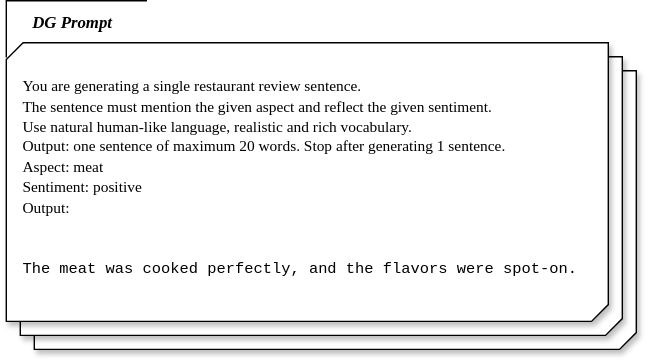
Earlier version of the draw.io export dg_prompt.drawio.svg (sara-kaczmarek/LLMB4ABSC). Source tidied: cells renumbered, new cells last; positions are measured from the earlier drawing's top-left corner, leaving out a move shared by most shapes. Source of this version:
```xml
<mxGraphModel>
  <root>
    <mxCell id="0" />
    <mxCell id="1" parent="0" />
    <mxCell id="2" style="group;" parent="1" vertex="1">
      <mxGeometry width="470" height="249" as="geometry" />
    </mxCell>
    <mxCell id="3" style="verticalLabelPosition=bottom;verticalAlign=top;html=1;shape=mxgraph.basic.diag_snip_rect;dx=6;whiteSpace=wrap;shadow=1;" parent="2" vertex="1">
      <mxGeometry x="20" y="50" width="430" height="199" as="geometry" />
    </mxCell>
    <mxCell id="4" style="verticalLabelPosition=bottom;verticalAlign=top;html=1;shape=mxgraph.basic.diag_snip_rect;dx=6;whiteSpace=wrap;shadow=1;" parent="2" vertex="1">
      <mxGeometry x="10" y="40" width="430" height="199" as="geometry" />
    </mxCell>
    <mxCell id="5" style="verticalLabelPosition=bottom;verticalAlign=top;html=1;shape=mxgraph.basic.diag_snip_rect;dx=6;whiteSpace=wrap;shadow=1;" parent="2" vertex="1">
      <mxGeometry y="30" width="430" height="199" as="geometry" />
    </mxCell>
    <mxCell id="6" style="shape=partialRectangle;whiteSpace=wrap;html=1;bottom=0;right=0;fillColor=none;" parent="2" vertex="1">
      <mxGeometry width="100" height="40" as="geometry" />
    </mxCell>
    <mxCell id="7" value="&lt;p style=&quot;&quot;&gt;&lt;br&gt;&lt;/p&gt;&lt;div style=&quot;&quot;&gt;&lt;span style=&quot;background-color: transparent;&quot;&gt;&lt;font face=&quot;Times New Roman&quot; style=&quot;font-size: 11px; color: light-dark(rgb(0, 0, 0), rgb(255, 255, 255));&quot;&gt;You are generating a single restaurant review sentence.&lt;/font&gt;&lt;/span&gt;&lt;/div&gt;&lt;div style=&quot;&quot;&gt;&lt;span style=&quot;background-color: transparent;&quot;&gt;&lt;font face=&quot;Times New Roman&quot; style=&quot;font-size: 11px; color: light-dark(rgb(0, 0, 0), rgb(255, 255, 255));&quot;&gt;The sentence must mention the given aspect and reflect the given sentiment.&amp;nbsp;&lt;/font&gt;&lt;/span&gt;&lt;/div&gt;&lt;div style=&quot;&quot;&gt;&lt;font face=&quot;Times New Roman&quot;&gt;&lt;span style=&quot;font-size: 11px;&quot;&gt;Use natural human-like language, realistic and rich vocabulary.&lt;/span&gt;&lt;/font&gt;&lt;/div&gt;&lt;div style=&quot;&quot;&gt;&lt;font face=&quot;Times New Roman&quot;&gt;&lt;span style=&quot;font-size: 11px;&quot;&gt;Output: one sentence of maximum 20 words. Stop after generating 1 sentence.&amp;nbsp;&lt;/span&gt;&lt;/font&gt;&lt;/div&gt;&lt;div style=&quot;&quot;&gt;&lt;font face=&quot;Times New Roman&quot;&gt;&lt;span style=&quot;font-size: 11px;&quot;&gt;Aspect: meat&lt;/span&gt;&lt;/font&gt;&lt;/div&gt;&lt;div style=&quot;&quot;&gt;&lt;font face=&quot;Times New Roman&quot;&gt;&lt;span style=&quot;font-size: 11px;&quot;&gt;Sentiment: positive&lt;/span&gt;&lt;/font&gt;&lt;/div&gt;&lt;div style=&quot;&quot;&gt;&lt;font face=&quot;Times New Roman&quot;&gt;&lt;span style=&quot;font-size: 11px;&quot;&gt;Output:&lt;/span&gt;&lt;/font&gt;&lt;/div&gt;&lt;div style=&quot;&quot;&gt;&lt;span style=&quot;background-color: transparent;&quot;&gt;&lt;font face=&quot;Times New Roman&quot; style=&quot;font-size: 11px; color: light-dark(rgb(0, 0, 0), rgb(255, 255, 255));&quot;&gt;&lt;br&gt;&lt;/font&gt;&lt;/span&gt;&lt;/div&gt;&lt;div style=&quot;&quot;&gt;&lt;br&gt;&lt;/div&gt;&lt;div&gt;&lt;font style=&quot;color: light-dark(rgb(0, 0, 0), rgb(255, 255, 255)); font-size: 11px;&quot; face=&quot;Courier New&quot;&gt;The meat was cooked perfectly, and the flavors were&amp;nbsp;&lt;/font&gt;&lt;span style=&quot;color: light-dark(rgb(0, 0, 0), rgb(255, 255, 255)); font-size: 11px; font-family: &amp;quot;Courier New&amp;quot;; background-color: transparent;&quot;&gt;spot-on.&lt;/span&gt;&lt;/div&gt;&lt;div&gt;&lt;div&gt;&lt;br&gt;&lt;/div&gt;&lt;/div&gt;" style="text;html=1;align=left;verticalAlign=middle;strokeColor=none;fillColor=none;shadow=1;" parent="2" vertex="1">
      <mxGeometry x="10" y="9" width="420" height="210" as="geometry" />
    </mxCell>
    <mxCell id="8" value="&lt;b&gt;&lt;i&gt;&lt;font face=&quot;Times New Roman&quot;&gt;DG Prompt&lt;/font&gt;&lt;/i&gt;&lt;/b&gt;" style="text;strokeColor=none;align=left;fillColor=none;html=1;verticalAlign=middle;whiteSpace=wrap;rounded=0;" parent="1" vertex="1">
      <mxGeometry x="17" width="99" height="32" as="geometry" />
    </mxCell>
  </root>
</mxGraphModel>
```
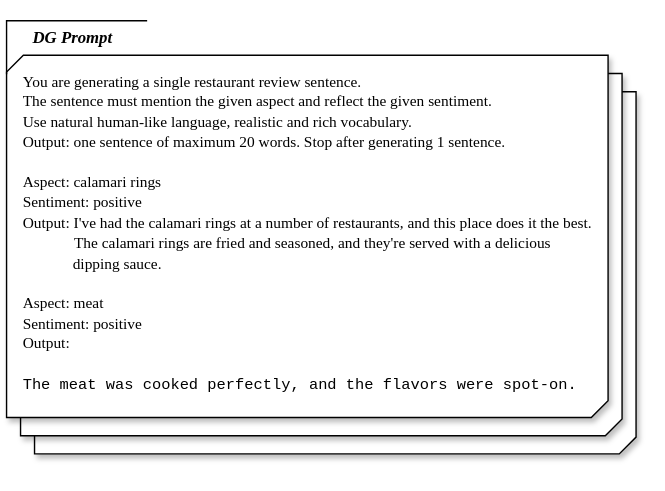
After the commit.

What changed in the source:
```diff
@@ -3,25 +3,25 @@
     <mxCell id="0" />
     <mxCell id="1" parent="0" />
     <mxCell id="2" style="group;" parent="1" vertex="1">
-      <mxGeometry width="470" height="249" as="geometry" />
+      <mxGeometry y="19" width="470" height="350" as="geometry" />
     </mxCell>
     <mxCell id="3" style="verticalLabelPosition=bottom;verticalAlign=top;html=1;shape=mxgraph.basic.diag_snip_rect;dx=6;whiteSpace=wrap;shadow=1;" parent="2" vertex="1">
-      <mxGeometry x="20" y="50" width="430" height="199" as="geometry" />
+      <mxGeometry x="20" y="65.1" width="430" height="258.9" as="geometry" />
     </mxCell>
     <mxCell id="4" style="verticalLabelPosition=bottom;verticalAlign=top;html=1;shape=mxgraph.basic.diag_snip_rect;dx=6;whiteSpace=wrap;shadow=1;" parent="2" vertex="1">
-      <mxGeometry x="10" y="40" width="430" height="199" as="geometry" />
+      <mxGeometry x="10" y="52" width="430" height="258.9" as="geometry" />
     </mxCell>
     <mxCell id="5" style="verticalLabelPosition=bottom;verticalAlign=top;html=1;shape=mxgraph.basic.diag_snip_rect;dx=6;whiteSpace=wrap;shadow=1;" parent="2" vertex="1">
-      <mxGeometry y="30" width="430" height="199" as="geometry" />
+      <mxGeometry y="39" width="430" height="258.9" as="geometry" />
     </mxCell>
     <mxCell id="6" style="shape=partialRectangle;whiteSpace=wrap;html=1;bottom=0;right=0;fillColor=none;" parent="2" vertex="1">
-      <mxGeometry width="100" height="40" as="geometry" />
+      <mxGeometry y="14.3" width="100" height="37.8" as="geometry" />
     </mxCell>
-    <mxCell id="7" value="&lt;p style=&quot;&quot;&gt;&lt;br&gt;&lt;/p&gt;&lt;div style=&quot;&quot;&gt;&lt;span style=&quot;background-color: transparent;&quot;&gt;&lt;font face=&quot;Times New Roman&quot; style=&quot;font-size: 11px; color: light-dark(rgb(0, 0, 0), rgb(255, 255, 255));&quot;&gt;You are generating a single restaurant review sentence.&lt;/font&gt;&lt;/span&gt;&lt;/div&gt;&lt;div style=&quot;&quot;&gt;&lt;span style=&quot;background-color: transparent;&quot;&gt;&lt;font face=&quot;Times New Roman&quot; style=&quot;font-size: 11px; color: light-dark(rgb(0, 0, 0), rgb(255, 255, 255));&quot;&gt;The sentence must mention the given aspect and reflect the given sentiment.&amp;nbsp;&lt;/font&gt;&lt;/span&gt;&lt;/div&gt;&lt;div style=&quot;&quot;&gt;&lt;font face=&quot;Times New Roman&quot;&gt;&lt;span style=&quot;font-size: 11px;&quot;&gt;Use natural human-like language, realistic and rich vocabulary.&lt;/span&gt;&lt;/font&gt;&lt;/div&gt;&lt;div style=&quot;&quot;&gt;&lt;font face=&quot;Times New Roman&quot;&gt;&lt;span style=&quot;font-size: 11px;&quot;&gt;Output: one sentence of maximum 20 words. Stop after generating 1 sentence.&amp;nbsp;&lt;/span&gt;&lt;/font&gt;&lt;/div&gt;&lt;div style=&quot;&quot;&gt;&lt;font face=&quot;Times New Roman&quot;&gt;&lt;span style=&quot;font-size: 11px;&quot;&gt;Aspect: meat&lt;/span&gt;&lt;/font&gt;&lt;/div&gt;&lt;div style=&quot;&quot;&gt;&lt;font face=&quot;Times New Roman&quot;&gt;&lt;span style=&quot;font-size: 11px;&quot;&gt;Sentiment: positive&lt;/span&gt;&lt;/font&gt;&lt;/div&gt;&lt;div style=&quot;&quot;&gt;&lt;font face=&quot;Times New Roman&quot;&gt;&lt;span style=&quot;font-size: 11px;&quot;&gt;Output:&lt;/span&gt;&lt;/font&gt;&lt;/div&gt;&lt;div style=&quot;&quot;&gt;&lt;span style=&quot;background-color: transparent;&quot;&gt;&lt;font face=&quot;Times New Roman&quot; style=&quot;font-size: 11px; color: light-dark(rgb(0, 0, 0), rgb(255, 255, 255));&quot;&gt;&lt;br&gt;&lt;/font&gt;&lt;/span&gt;&lt;/div&gt;&lt;div style=&quot;&quot;&gt;&lt;br&gt;&lt;/div&gt;&lt;div&gt;&lt;font style=&quot;color: light-dark(rgb(0, 0, 0), rgb(255, 255, 255)); font-size: 11px;&quot; face=&quot;Courier New&quot;&gt;The meat was cooked perfectly, and the flavors were&amp;nbsp;&lt;/font&gt;&lt;span style=&quot;color: light-dark(rgb(0, 0, 0), rgb(255, 255, 255)); font-size: 11px; font-family: &amp;quot;Courier New&amp;quot;; background-color: transparent;&quot;&gt;spot-on.&lt;/span&gt;&lt;/div&gt;&lt;div&gt;&lt;div&gt;&lt;br&gt;&lt;/div&gt;&lt;/div&gt;" style="text;html=1;align=left;verticalAlign=middle;strokeColor=none;fillColor=none;shadow=1;" parent="2" vertex="1">
-      <mxGeometry x="10" y="9" width="420" height="210" as="geometry" />
+    <mxCell id="7" value="&lt;p style=&quot;&quot;&gt;&lt;br&gt;&lt;/p&gt;&lt;div style=&quot;&quot;&gt;&lt;span style=&quot;background-color: transparent;&quot;&gt;&lt;font face=&quot;Times New Roman&quot; style=&quot;font-size: 11px; color: light-dark(rgb(0, 0, 0), rgb(255, 255, 255));&quot;&gt;You are generating a single restaurant review sentence.&lt;/font&gt;&lt;/span&gt;&lt;/div&gt;&lt;div style=&quot;&quot;&gt;&lt;span style=&quot;background-color: transparent;&quot;&gt;&lt;font face=&quot;Times New Roman&quot; style=&quot;font-size: 11px; color: light-dark(rgb(0, 0, 0), rgb(255, 255, 255));&quot;&gt;The sentence must mention the given aspect and reflect the given sentiment.&amp;nbsp;&lt;/font&gt;&lt;/span&gt;&lt;/div&gt;&lt;div style=&quot;&quot;&gt;&lt;font face=&quot;Times New Roman&quot;&gt;&lt;span style=&quot;font-size: 11px;&quot;&gt;Use natural human-like language, realistic and rich vocabulary.&lt;/span&gt;&lt;/font&gt;&lt;/div&gt;&lt;div style=&quot;&quot;&gt;&lt;font face=&quot;Times New Roman&quot;&gt;&lt;span style=&quot;font-size: 11px;&quot;&gt;Output: one sentence of maximum 20 words. Stop after generating 1 sentence.&amp;nbsp;&lt;/span&gt;&lt;/font&gt;&lt;/div&gt;&lt;div style=&quot;&quot;&gt;&lt;br&gt;&lt;/div&gt;&lt;div style=&quot;&quot;&gt;&lt;font face=&quot;Times New Roman&quot;&gt;&lt;span style=&quot;font-size: 11px;&quot;&gt;Aspect: calamari rings&lt;/span&gt;&lt;/font&gt;&lt;/div&gt;&lt;div style=&quot;&quot;&gt;&lt;font face=&quot;Times New Roman&quot;&gt;&lt;span style=&quot;font-size: 11px;&quot;&gt;Sentiment: positive&lt;/span&gt;&lt;/font&gt;&lt;/div&gt;&lt;div style=&quot;&quot;&gt;&lt;font face=&quot;Times New Roman&quot;&gt;&lt;span style=&quot;font-size: 11px;&quot;&gt;Output: &lt;/span&gt;&lt;font style=&quot;font-size: 11px;&quot;&gt;I've had the calamari rings at a number of restaurants, and this place does it the best.&amp;nbsp;&lt;/font&gt;&lt;/font&gt;&lt;/div&gt;&lt;div style=&quot;&quot;&gt;&lt;font style=&quot;font-size: 11px;&quot;&gt;&lt;span style=&quot;white-space: pre;&quot;&gt;&#9;&lt;/span&gt;&amp;nbsp; &amp;nbsp;&amp;nbsp;&lt;font face=&quot;Times New Roman&quot;&gt;The calamari rings are fried and seasoned, and they're served with a delicious&lt;/font&gt;&lt;br&gt;&lt;/font&gt;&lt;/div&gt;&lt;div style=&quot;&quot;&gt;&lt;font face=&quot;Times New Roman&quot;&gt;&lt;font style=&quot;font-size: 11px;&quot;&gt;&lt;span style=&quot;white-space: pre;&quot;&gt;&#9;&lt;/span&gt;&amp;nbsp; &amp;nbsp; &amp;nbsp;dipping sauce.&lt;/font&gt;&lt;/font&gt;&lt;/div&gt;&lt;div style=&quot;&quot;&gt;&lt;span style=&quot;background-color: transparent;&quot;&gt;&lt;font face=&quot;Times New Roman&quot; style=&quot;font-size: 11px; color: light-dark(rgb(0, 0, 0), rgb(255, 255, 255));&quot;&gt;&lt;br&gt;&lt;/font&gt;&lt;/span&gt;&lt;/div&gt;&lt;div style=&quot;&quot;&gt;&lt;div&gt;&lt;font face=&quot;Times New Roman&quot;&gt;&lt;span style=&quot;font-size: 11px;&quot;&gt;Aspect: meat&lt;/span&gt;&lt;/font&gt;&lt;/div&gt;&lt;div&gt;&lt;font face=&quot;Times New Roman&quot;&gt;&lt;span style=&quot;font-size: 11px;&quot;&gt;Sentiment: positive&lt;/span&gt;&lt;/font&gt;&lt;/div&gt;&lt;div&gt;&lt;font face=&quot;Times New Roman&quot;&gt;&lt;span style=&quot;font-size: 11px;&quot;&gt;Output:&lt;/span&gt;&lt;/font&gt;&lt;/div&gt;&lt;/div&gt;&lt;div style=&quot;&quot;&gt;&lt;br&gt;&lt;/div&gt;&lt;div&gt;&lt;font style=&quot;color: light-dark(rgb(0, 0, 0), rgb(255, 255, 255)); font-size: 11px;&quot; face=&quot;Courier New&quot;&gt;The meat was cooked perfectly, and the flavors were&amp;nbsp;&lt;/font&gt;&lt;span style=&quot;color: light-dark(rgb(0, 0, 0), rgb(255, 255, 255)); font-size: 11px; font-family: &amp;quot;Courier New&amp;quot;; background-color: transparent;&quot;&gt;spot-on.&lt;/span&gt;&lt;/div&gt;&lt;div&gt;&lt;div&gt;&lt;br&gt;&lt;/div&gt;&lt;/div&gt;" style="text;html=1;align=left;verticalAlign=middle;strokeColor=none;fillColor=none;shadow=1;" parent="2" vertex="1">
+      <mxGeometry x="10" y="3.8" width="430" height="300" as="geometry" />
     </mxCell>
     <mxCell id="8" value="&lt;b&gt;&lt;i&gt;&lt;font face=&quot;Times New Roman&quot;&gt;DG Prompt&lt;/font&gt;&lt;/i&gt;&lt;/b&gt;" style="text;strokeColor=none;align=left;fillColor=none;html=1;verticalAlign=middle;whiteSpace=wrap;rounded=0;" parent="1" vertex="1">
-      <mxGeometry x="17" width="99" height="32" as="geometry" />
+      <mxGeometry x="17" y="30" width="99" height="32" as="geometry" />
     </mxCell>
   </root>
 </mxGraphModel>
```
